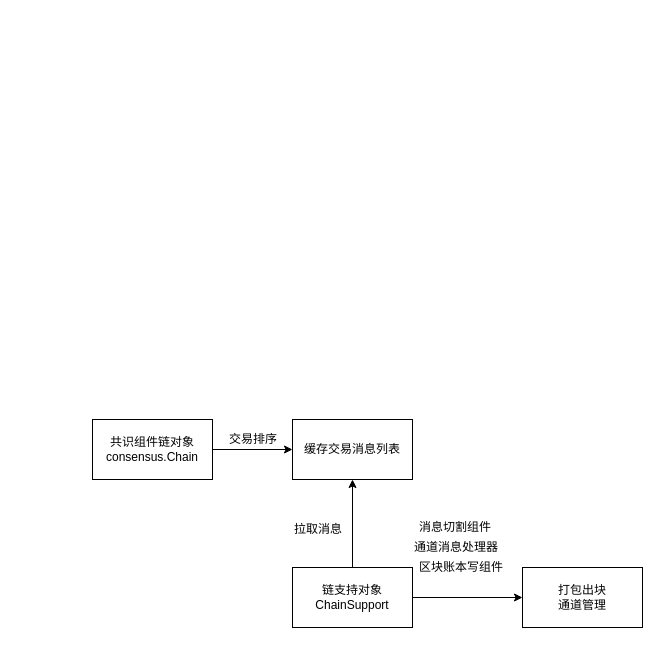
The draw.io diagram Orderer/共识组件链对象(consensus.Chain).drawio in OopsL/Fabric-, before the edit. Source tidied: cells renumbered, new cells numbered last; positions are measured from the earlier drawing's top-left corner, leaving out a move shared by most shapes. Both pictures are drawn from the tidied source at 100%, with x=0, y=0 at pixel (92, 419).
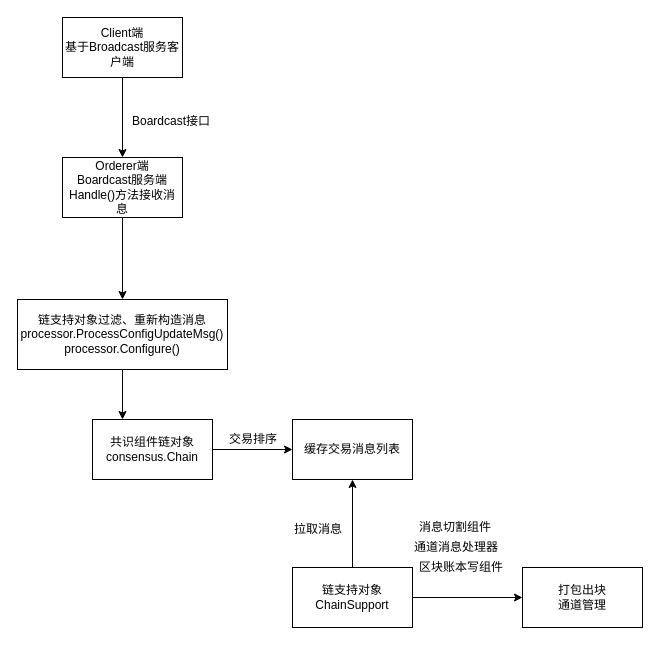
Above is the later version.

Commit message:
Update 共识组件链对象(consensus.Chain).drawio

Unchanged cells that the change refers to:
```xml
<mxCell id="3" value="共识组件链对象&lt;br&gt;consensus.Chain" style="rounded=0;whiteSpace=wrap;html=1;" parent="1" vertex="1">
  <mxGeometry width="120" height="60" as="geometry" />
</mxCell>
```

What changed in the source:
```diff
@@
+    <mxCell id="14" style="edgeStyle=orthogonalEdgeStyle;rounded=0;jettySize=auto;html=1;exitX=0.5;exitY=1;exitDx=0;exitDy=0;entryX=0.25;entryY=0;entryDx=0;entryDy=0;" parent="1" edge="1" source="15" target="3">
+      <mxGeometry relative="1" as="geometry" />
+    </mxCell>
+    <mxCell id="15" value="链支持对象过滤、重新构造消息&lt;br&gt;processor.ProcessConfigUpdateMsg()&lt;br&gt;processor.Configure()" style="rounded=0;whiteSpace=wrap;html=1;" parent="1" vertex="1">
+      <mxGeometry x="-75" y="-120" width="210" height="70" as="geometry" />
+    </mxCell>
+    <mxCell id="16" style="edgeStyle=orthogonalEdgeStyle;rounded=0;jettySize=auto;html=1;" parent="1" edge="1" source="17" target="19">
+      <mxGeometry relative="1" as="geometry" />
+    </mxCell>
+    <mxCell id="17" value="Client端&lt;br&gt;基于Broadcast服务客户端" style="rounded=0;whiteSpace=wrap;html=1;" parent="1" vertex="1">
+      <mxGeometry x="-30" y="-402" width="120" height="60" as="geometry" />
+    </mxCell>
+    <mxCell id="18" style="edgeStyle=orthogonalEdgeStyle;rounded=0;jettySize=auto;html=1;exitX=0.5;exitY=1;exitDx=0;exitDy=0;" parent="1" edge="1" source="19" target="15">
+      <mxGeometry relative="1" as="geometry" />
+    </mxCell>
+    <mxCell id="19" value="Orderer端&lt;br&gt;Boardcast服务端&lt;br&gt;Handle()方法接收消息" style="rounded=0;whiteSpace=wrap;html=1;" parent="1" vertex="1">
+      <mxGeometry x="-30" y="-262" width="120" height="60" as="geometry" />
+    </mxCell>
+    <mxCell id="20" value="Boardcast接口" style="text;html=1;align=left;verticalAlign=top;spacingTop=-4;" parent="1" vertex="1">
+      <mxGeometry x="38" y="-308" width="90" height="20" as="geometry" />
+    </mxCell>
```
